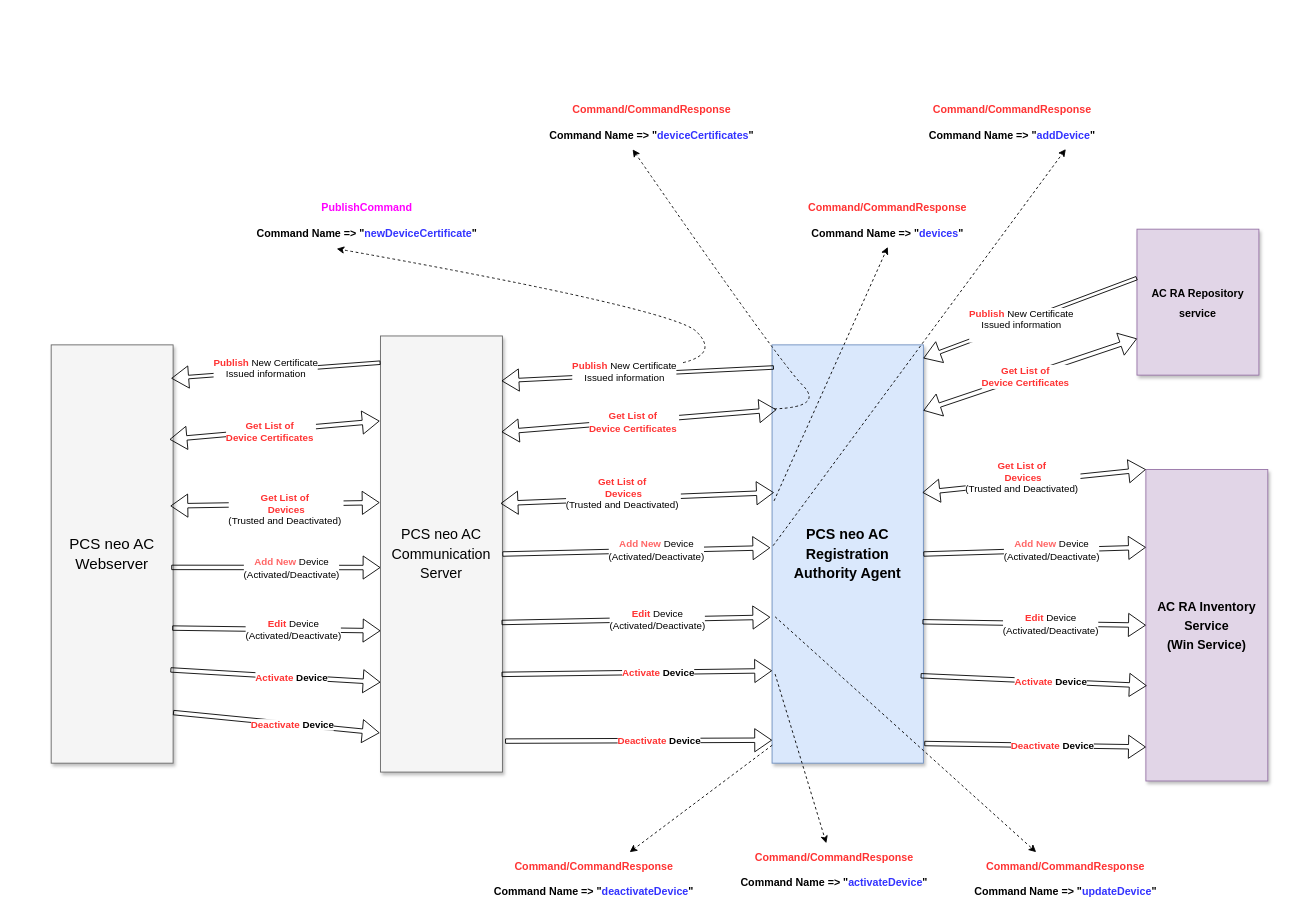
Before: PCS neo AC RA Agent.drawio in kcprad/PersonalProject, a draw.io diagram. Source tidied: cells renumbered, new cells numbered last; positions are measured from the earlier drawing's top-left corner, leaving out a move shared by most shapes. Both pictures are drawn from the tidied source at 89%, with x=0, y=0 at pixel (51, 95).
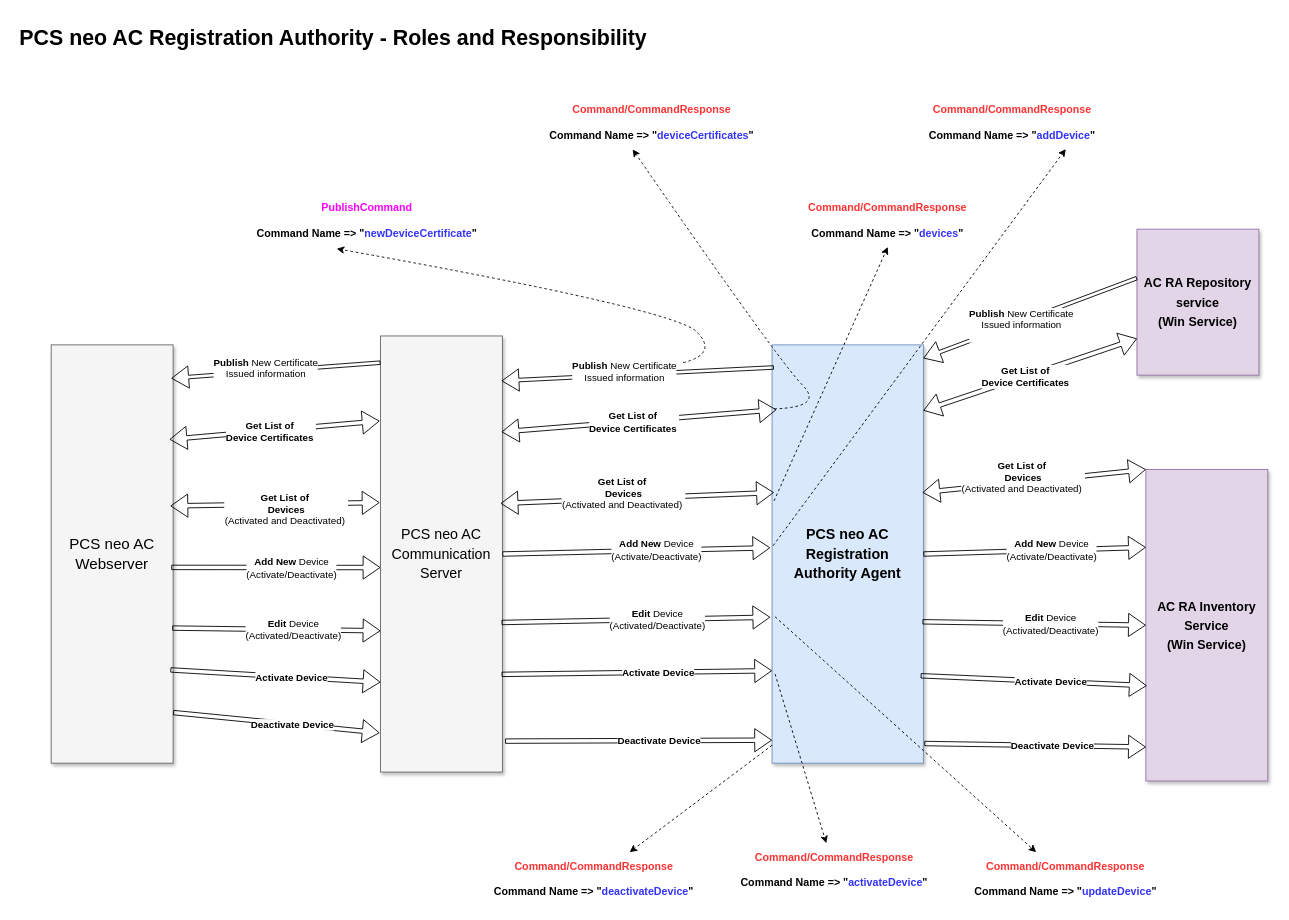
The same page after the edit.

Unchanged cells that the change refers to:
```xml
<mxCell id="7" style="shape=flexArrow;endArrow=classic;html=1;rounded=0;entryX=0.993;entryY=0.103;entryDx=0;entryDy=0;exitX=0.012;exitY=0.054;exitDx=0;exitDy=0;exitPerimeter=0;entryPerimeter=0;width=4;" parent="1" edge="1" source="2" target="3">
  <mxGeometry relative="1" as="geometry" />
</mxCell>
<mxCell id="9" style="shape=flexArrow;endArrow=classic;html=1;rounded=0;entryX=0.985;entryY=0.08;entryDx=0;entryDy=0;entryPerimeter=0;width=4;" parent="1" edge="1" target="6">
  <mxGeometry relative="1" as="geometry">
    <mxPoint x="370" y="300" as="sourcePoint" />
  </mxGeometry>
</mxCell>
<mxCell id="11" style="shape=flexArrow;endArrow=classic;html=1;rounded=0;exitX=0;exitY=0.335;exitDx=0;exitDy=0;exitPerimeter=0;width=4;entryX=1;entryY=0.032;entryDx=0;entryDy=0;entryPerimeter=0;" parent="1" edge="1" source="4" target="2">
  <mxGeometry relative="1" as="geometry" />
</mxCell>
<mxCell id="13" style="shape=flexArrow;endArrow=classic;startArrow=classic;html=1;rounded=0;exitX=1;exitY=0.157;exitDx=0;exitDy=0;exitPerimeter=0;width=5;entryX=0;entryY=0.75;entryDx=0;entryDy=0;" parent="1" edge="1" source="2" target="4">
  <mxGeometry relative="1" as="geometry" />
</mxCell>
<mxCell id="15" style="shape=flexArrow;endArrow=classic;startArrow=classic;html=1;rounded=0;exitX=0.993;exitY=0.22;exitDx=0;exitDy=0;width=5;entryX=0.029;entryY=0.155;entryDx=0;entryDy=0;entryPerimeter=0;exitPerimeter=0;" parent="1" edge="1" source="3" target="2">
  <mxGeometry relative="1" as="geometry" />
</mxCell>
<mxCell id="17" style="shape=flexArrow;endArrow=classic;startArrow=classic;html=1;rounded=0;exitX=0.971;exitY=0.226;exitDx=0;exitDy=0;width=5;entryX=-0.007;entryY=0.195;entryDx=0;entryDy=0;exitPerimeter=0;entryPerimeter=0;" parent="1" edge="1" source="6" target="3">
  <mxGeometry relative="1" as="geometry" />
</mxCell>
<mxCell id="19" style="shape=flexArrow;endArrow=classic;startArrow=classic;html=1;rounded=0;exitX=0.994;exitY=0.353;exitDx=0;exitDy=0;exitPerimeter=0;width=5;entryX=0;entryY=0;entryDx=0;entryDy=0;" parent="1" edge="1" source="2" target="5">
  <mxGeometry relative="1" as="geometry" />
</mxCell>
<mxCell id="22" style="shape=flexArrow;endArrow=classic;startArrow=classic;html=1;rounded=0;width=5;entryX=0.012;entryY=0.353;entryDx=0;entryDy=0;entryPerimeter=0;exitX=0.985;exitY=0.384;exitDx=0;exitDy=0;exitPerimeter=0;" parent="1" edge="1" source="3" target="2">
  <mxGeometry relative="1" as="geometry" />
</mxCell>
<mxCell id="25" style="shape=flexArrow;endArrow=classic;startArrow=classic;html=1;rounded=0;width=5;entryX=0.978;entryY=0.385;entryDx=0;entryDy=0;entryPerimeter=0;exitX=-0.007;exitY=0.382;exitDx=0;exitDy=0;exitPerimeter=0;" parent="1" edge="1" source="3" target="6">
  <mxGeometry relative="1" as="geometry" />
</mxCell>
<mxCell id="28" style="shape=flexArrow;endArrow=classic;html=1;rounded=0;entryX=0;entryY=0.531;entryDx=0;entryDy=0;entryPerimeter=0;exitX=0.985;exitY=0.532;exitDx=0;exitDy=0;strokeWidth=1;exitPerimeter=0;width=5;" parent="1" edge="1" source="6" target="3">
  <mxGeometry relative="1" as="geometry" />
</mxCell>
<mxCell id="30" style="shape=flexArrow;endArrow=classic;html=1;rounded=0;entryX=-0.012;entryY=0.485;entryDx=0;entryDy=0;entryPerimeter=0;strokeWidth=1;exitX=1;exitY=0.5;exitDx=0;exitDy=0;width=5;fillColor=default;" parent="1" edge="1" source="3" target="2">
  <mxGeometry relative="1" as="geometry" />
</mxCell>
<mxCell id="32" style="shape=flexArrow;endArrow=classic;html=1;rounded=0;strokeWidth=1;exitX=1;exitY=0.5;exitDx=0;exitDy=0;entryX=0;entryY=0.25;entryDx=0;entryDy=0;width=5;" parent="1" edge="1" source="2" target="5">
  <mxGeometry relative="1" as="geometry" />
</mxCell>
<mxCell id="34" style="shape=flexArrow;endArrow=classic;html=1;rounded=0;entryX=0;entryY=0.676;entryDx=0;entryDy=0;strokeWidth=1;exitX=0.993;exitY=0.677;exitDx=0;exitDy=0;exitPerimeter=0;entryPerimeter=0;width=5;" parent="1" edge="1" source="6" target="3">
  <mxGeometry relative="1" as="geometry" />
</mxCell>
<mxCell id="36" style="shape=flexArrow;endArrow=classic;html=1;rounded=0;entryX=-0.012;entryY=0.651;entryDx=0;entryDy=0;strokeWidth=1;entryPerimeter=0;exitX=0.993;exitY=0.657;exitDx=0;exitDy=0;exitPerimeter=0;width=5;" parent="1" edge="1" source="3" target="2">
  <mxGeometry relative="1" as="geometry" />
</mxCell>
<mxCell id="38" style="shape=flexArrow;endArrow=classic;html=1;rounded=0;exitX=0.994;exitY=0.662;exitDx=0;exitDy=0;strokeWidth=1;exitPerimeter=0;entryX=0;entryY=0.5;entryDx=0;entryDy=0;width=5;" parent="1" edge="1" source="2" target="5">
  <mxGeometry relative="1" as="geometry" />
</mxCell>
<mxCell id="40" style="shape=flexArrow;endArrow=classic;html=1;rounded=0;entryX=0;entryY=0.794;entryDx=0;entryDy=0;strokeWidth=1;exitX=0.978;exitY=0.777;exitDx=0;exitDy=0;exitPerimeter=0;entryPerimeter=0;width=5;" parent="1" edge="1" source="6" target="3">
  <mxGeometry relative="1" as="geometry" />
</mxCell>
<mxCell id="42" style="shape=flexArrow;endArrow=classic;html=1;rounded=0;entryX=-0.007;entryY=0.91;entryDx=0;entryDy=0;strokeWidth=1;exitX=1;exitY=0.879;exitDx=0;exitDy=0;exitPerimeter=0;entryPerimeter=0;width=5;" parent="1" edge="1" source="6" target="3">
  <mxGeometry relative="1" as="geometry" />
</mxCell>
<mxCell id="44" style="shape=flexArrow;endArrow=classic;html=1;rounded=0;entryX=0;entryY=0.779;entryDx=0;entryDy=0;strokeWidth=1;exitX=0.993;exitY=0.776;exitDx=0;exitDy=0;exitPerimeter=0;entryPerimeter=0;width=5;" parent="1" edge="1" source="3" target="2">
  <mxGeometry relative="1" as="geometry" />
</mxCell>
<mxCell id="46" style="shape=flexArrow;endArrow=classic;html=1;rounded=0;entryX=0.007;entryY=0.694;entryDx=0;entryDy=0;strokeWidth=1;exitX=0.982;exitY=0.791;exitDx=0;exitDy=0;exitPerimeter=0;entryPerimeter=0;width=5;" parent="1" edge="1" source="2" target="5">
  <mxGeometry relative="1" as="geometry" />
</mxCell>
<mxCell id="48" style="shape=flexArrow;endArrow=classic;html=1;rounded=0;entryX=0;entryY=0.945;entryDx=0;entryDy=0;strokeWidth=1;exitX=1.022;exitY=0.929;exitDx=0;exitDy=0;exitPerimeter=0;entryPerimeter=0;width=5;" parent="1" edge="1" source="3" target="2">
  <mxGeometry relative="1" as="geometry" />
</mxCell>
<mxCell id="50" style="shape=flexArrow;endArrow=classic;html=1;rounded=0;entryX=0;entryY=0.891;entryDx=0;entryDy=0;strokeWidth=1;entryPerimeter=0;exitX=1.006;exitY=0.953;exitDx=0;exitDy=0;exitPerimeter=0;width=5;" parent="1" edge="1" source="2" target="5">
  <mxGeometry relative="1" as="geometry" />
</mxCell>
```

What changed in the source:
```diff
@@
-    <mxCell id="4" value="&lt;b&gt;&lt;span style=&quot;font-size: 12px; text-wrap-mode: nowrap;&quot;&gt;AC RA Repository&lt;/span&gt;&lt;br style=&quot;padding: 0px; margin: 0px; font-size: 12px; text-wrap-mode: nowrap;&quot;&gt;&lt;span style=&quot;font-size: 12px; text-wrap-mode: nowrap;&quot;&gt;service&lt;/span&gt;&lt;/b&gt;" style="whiteSpace=wrap;html=1;shadow=1;fontSize=18;fillColor=#e1d5e7;strokeColor=#9673a6;" parent="1" vertex="1">
+    <mxCell id="4" value="&lt;b&gt;&lt;font style=&quot;font-size: 14px;&quot;&gt;&lt;span style=&quot;text-wrap-mode: nowrap;&quot;&gt;AC RA Repository&lt;/span&gt;&lt;br style=&quot;padding: 0px; margin: 0px; text-wrap-mode: nowrap;&quot;&gt;&lt;span style=&quot;text-wrap-mode: nowrap;&quot;&gt;service&lt;/span&gt;&lt;/font&gt;&lt;/b&gt;&lt;div&gt;&lt;b style=&quot;font-size: 14px;&quot;&gt;(Win Service)&lt;/b&gt;&lt;b&gt;&lt;font style=&quot;font-size: 14px;&quot;&gt;&lt;span style=&quot;text-wrap-mode: nowrap;&quot;&gt;&lt;/span&gt;&lt;/font&gt;&lt;/b&gt;&lt;/div&gt;" style="whiteSpace=wrap;html=1;shadow=1;fontSize=18;fillColor=#e1d5e7;strokeColor=#9673a6;" parent="1" vertex="1">
       <mxGeometry x="1220" y="150" width="137" height="164" as="geometry" />
     </mxCell>
@@
-    <mxCell id="8" value="&lt;div&gt;&lt;div&gt;&lt;b&gt;&lt;font style=&quot;color: rgb(255, 51, 51);&quot;&gt;Publish&amp;nbsp;&lt;/font&gt;&lt;/b&gt;New Certificate&lt;div&gt;Issued information&lt;br&gt;&lt;div&gt;&lt;br&gt;&lt;/div&gt;&lt;/div&gt;&lt;/div&gt;&lt;/div&gt;" style="edgeLabel;html=1;align=center;verticalAlign=middle;" parent="7" vertex="1">
+    <mxCell id="8" value="&lt;div&gt;&lt;div&gt;&lt;b&gt;&lt;font style=&quot;&quot;&gt;Publish&amp;nbsp;&lt;/font&gt;&lt;/b&gt;New Certificate&lt;div&gt;Issued information&lt;br&gt;&lt;div&gt;&lt;br&gt;&lt;/div&gt;&lt;/div&gt;&lt;/div&gt;&lt;/div&gt;" style="edgeLabel;html=1;align=center;verticalAlign=middle;fontColor=#000000;" parent="7" vertex="1">
       <mxGeometry x="0.1" y="3" relative="1" as="geometry" />
     </mxCell>
@@
-    <mxCell id="10" value="&lt;b&gt;&lt;font style=&quot;color: rgb(255, 51, 51);&quot;&gt;Publish &lt;/font&gt;&lt;/b&gt;New Certificate&lt;div&gt;Issued information&lt;br&gt;&lt;div&gt;&lt;br&gt;&lt;/div&gt;&lt;/div&gt;" style="edgeLabel;html=1;align=center;verticalAlign=middle;" parent="9" vertex="1">
+    <mxCell id="10" value="&lt;b&gt;&lt;font style=&quot;&quot;&gt;Publish &lt;/font&gt;&lt;/b&gt;New Certificate&lt;div&gt;Issued information&lt;br&gt;&lt;div&gt;&lt;br&gt;&lt;/div&gt;&lt;/div&gt;" style="edgeLabel;html=1;align=center;verticalAlign=middle;fontColor=#000000;" parent="9" vertex="1">
       <mxGeometry x="0.1" y="3" relative="1" as="geometry" />
     </mxCell>
@@
-    <mxCell id="12" value="&lt;div&gt;&lt;div&gt;&lt;b&gt;&lt;font style=&quot;color: rgb(255, 51, 51);&quot;&gt;Publish&amp;nbsp;&lt;/font&gt;&lt;/b&gt;New Certificate&lt;div&gt;Issued information&lt;br&gt;&lt;div&gt;&lt;br&gt;&lt;/div&gt;&lt;/div&gt;&lt;/div&gt;&lt;/div&gt;" style="edgeLabel;html=1;align=center;verticalAlign=middle;" parent="11" vertex="1">
+    <mxCell id="12" value="&lt;div&gt;&lt;div&gt;&lt;b&gt;&lt;font style=&quot;&quot;&gt;Publish&amp;nbsp;&lt;/font&gt;&lt;/b&gt;New Certificate&lt;div&gt;Issued information&lt;br&gt;&lt;div&gt;&lt;br&gt;&lt;/div&gt;&lt;/div&gt;&lt;/div&gt;&lt;/div&gt;" style="edgeLabel;html=1;align=center;verticalAlign=middle;fontColor=#000000;" parent="11" vertex="1">
       <mxGeometry x="0.1" y="3" relative="1" as="geometry" />
     </mxCell>
@@
-    <mxCell id="14" value="&lt;b&gt;&lt;font style=&quot;color: rgb(255, 51, 51);&quot;&gt;Get List of&amp;nbsp;&lt;/font&gt;&lt;/b&gt;&lt;div&gt;&lt;b&gt;&lt;font style=&quot;color: rgb(255, 51, 51);&quot;&gt;Device Certificates&amp;nbsp;&lt;/font&gt;&lt;/b&gt;&lt;/div&gt;" style="edgeLabel;html=1;align=center;verticalAlign=middle;" parent="13" vertex="1">
+    <mxCell id="14" value="&lt;b&gt;&lt;font style=&quot;&quot;&gt;Get List of&amp;nbsp;&lt;/font&gt;&lt;/b&gt;&lt;div&gt;&lt;b&gt;&lt;font style=&quot;&quot;&gt;Device Certificates&amp;nbsp;&lt;/font&gt;&lt;/b&gt;&lt;/div&gt;" style="edgeLabel;html=1;align=center;verticalAlign=middle;fontColor=#000000;" parent="13" vertex="1">
       <mxGeometry x="-0.04" y="-1" relative="1" as="geometry" />
     </mxCell>
@@
-    <mxCell id="16" value="&lt;b&gt;&lt;font style=&quot;color: rgb(255, 51, 51);&quot;&gt;Get List of&amp;nbsp;&lt;/font&gt;&lt;/b&gt;&lt;div&gt;&lt;b&gt;&lt;font style=&quot;color: rgb(255, 51, 51);&quot;&gt;Device Certificates&amp;nbsp;&lt;/font&gt;&lt;/b&gt;&lt;/div&gt;" style="edgeLabel;html=1;align=center;verticalAlign=middle;" parent="15" vertex="1">
+    <mxCell id="16" value="&lt;b&gt;&lt;font style=&quot;&quot;&gt;Get List of&amp;nbsp;&lt;/font&gt;&lt;/b&gt;&lt;div&gt;&lt;b&gt;&lt;font style=&quot;&quot;&gt;Device Certificates&amp;nbsp;&lt;/font&gt;&lt;/b&gt;&lt;/div&gt;" style="edgeLabel;html=1;align=center;verticalAlign=middle;fontColor=#000000;" parent="15" vertex="1">
       <mxGeometry x="-0.04" y="-1" relative="1" as="geometry" />
     </mxCell>
@@
-    <mxCell id="18" value="&lt;b&gt;&lt;font style=&quot;color: rgb(255, 51, 51);&quot;&gt;Get List of&amp;nbsp;&lt;/font&gt;&lt;/b&gt;&lt;div&gt;&lt;b&gt;&lt;font style=&quot;color: rgb(255, 51, 51);&quot;&gt;Device Certificates&amp;nbsp;&lt;/font&gt;&lt;/b&gt;&lt;/div&gt;" style="edgeLabel;html=1;align=center;verticalAlign=middle;" parent="17" vertex="1">
+    <mxCell id="18" value="&lt;b&gt;&lt;font style=&quot;&quot;&gt;Get List of&amp;nbsp;&lt;/font&gt;&lt;/b&gt;&lt;div&gt;&lt;b&gt;&lt;font style=&quot;&quot;&gt;Device Certificates&amp;nbsp;&lt;/font&gt;&lt;/b&gt;&lt;/div&gt;" style="edgeLabel;html=1;align=center;verticalAlign=middle;fontColor=#000000;" parent="17" vertex="1">
       <mxGeometry x="-0.04" y="-1" relative="1" as="geometry" />
     </mxCell>
@@
-    <mxCell id="21" value="&lt;b&gt;&lt;font style=&quot;color: rgb(255, 51, 51);&quot;&gt;Get List of&amp;nbsp;&lt;/font&gt;&lt;/b&gt;&lt;div&gt;&lt;b&gt;&lt;font style=&quot;color: rgb(255, 51, 51);&quot;&gt;Devices&lt;/font&gt;&lt;/b&gt;&lt;/div&gt;&lt;div&gt;(Trusted and Deactivated)&amp;nbsp;&lt;/div&gt;" style="edgeLabel;html=1;align=center;verticalAlign=middle;" parent="19" vertex="1">
+    <mxCell id="21" value="&lt;b&gt;&lt;font style=&quot;&quot;&gt;Get List of&amp;nbsp;&lt;/font&gt;&lt;/b&gt;&lt;div&gt;&lt;b&gt;&lt;font style=&quot;&quot;&gt;Devices&lt;/font&gt;&lt;/b&gt;&lt;/div&gt;&lt;div&gt;(Activated&amp;nbsp;and Deactivated)&amp;nbsp;&lt;/div&gt;" style="edgeLabel;html=1;align=center;verticalAlign=middle;fontColor=#000000;" parent="19" vertex="1">
       <mxGeometry x="-0.1" y="6" relative="1" as="geometry" />
     </mxCell>
@@
-    <mxCell id="24" value="&lt;b&gt;&lt;font style=&quot;color: rgb(255, 51, 51);&quot;&gt;Get List of&amp;nbsp;&lt;/font&gt;&lt;/b&gt;&lt;div&gt;&lt;b&gt;&lt;font style=&quot;color: rgb(255, 51, 51);&quot;&gt;Devices&lt;/font&gt;&lt;/b&gt;&lt;/div&gt;&lt;div&gt;(Trusted and Deactivated)&amp;nbsp;&lt;/div&gt;" style="edgeLabel;html=1;align=center;verticalAlign=middle;" parent="22" vertex="1">
+    <mxCell id="24" value="&lt;b&gt;&lt;font style=&quot;&quot;&gt;Get List of&amp;nbsp;&lt;/font&gt;&lt;/b&gt;&lt;div&gt;&lt;b&gt;&lt;font style=&quot;&quot;&gt;Devices&lt;/font&gt;&lt;/b&gt;&lt;/div&gt;&lt;div&gt;(Activated and Deactivated)&amp;nbsp;&lt;/div&gt;" style="edgeLabel;html=1;align=center;verticalAlign=middle;fontColor=#000000;" parent="22" vertex="1">
       <mxGeometry x="-0.1" y="6" relative="1" as="geometry" />
     </mxCell>
@@
-    <mxCell id="27" value="&lt;b&gt;&lt;font style=&quot;color: rgb(255, 51, 51);&quot;&gt;Get List of&amp;nbsp;&lt;/font&gt;&lt;/b&gt;&lt;div&gt;&lt;b&gt;&lt;font style=&quot;color: rgb(255, 51, 51);&quot;&gt;Devices&lt;/font&gt;&lt;/b&gt;&lt;/div&gt;&lt;div&gt;(Trusted and Deactivated)&amp;nbsp;&lt;/div&gt;" style="edgeLabel;html=1;align=center;verticalAlign=middle;" parent="25" vertex="1">
+    <mxCell id="27" value="&lt;b&gt;&lt;font style=&quot;&quot;&gt;Get List of&amp;nbsp;&lt;/font&gt;&lt;/b&gt;&lt;div&gt;&lt;b&gt;&lt;font style=&quot;&quot;&gt;Devices&lt;/font&gt;&lt;/b&gt;&lt;/div&gt;&lt;div&gt;(Activated&amp;nbsp;and Deactivated)&amp;nbsp;&lt;/div&gt;" style="edgeLabel;html=1;align=center;verticalAlign=middle;fontColor=#000000;" parent="25" vertex="1">
       <mxGeometry x="-0.1" y="6" relative="1" as="geometry" />
     </mxCell>
@@
-    <mxCell id="29" value="&lt;b&gt;&lt;font style=&quot;color: rgb(255, 102, 102);&quot;&gt;Add New&lt;/font&gt;&lt;/b&gt; Device&lt;div&gt;(Activated/Deactivate)&lt;/div&gt;" style="edgeLabel;html=1;align=center;verticalAlign=middle;" parent="28" vertex="1">
+    <mxCell id="29" value="&lt;b&gt;&lt;font style=&quot;&quot;&gt;Add New&lt;/font&gt;&lt;/b&gt; Device&lt;div&gt;(Activate/Deactivate)&lt;/div&gt;" style="edgeLabel;html=1;align=center;verticalAlign=middle;fontColor=#000000;" parent="28" vertex="1">
       <mxGeometry x="0.15" relative="1" as="geometry" />
     </mxCell>
@@
-    <mxCell id="31" value="&lt;b&gt;&lt;font style=&quot;color: rgb(255, 102, 102);&quot;&gt;Add New&lt;/font&gt;&lt;/b&gt;&amp;nbsp;Device&lt;div&gt;(Activated/Deactivate)&lt;/div&gt;" style="edgeLabel;html=1;align=center;verticalAlign=middle;" parent="30" vertex="1">
+    <mxCell id="31" value="&lt;b&gt;&lt;font style=&quot;&quot;&gt;Add New&lt;/font&gt;&lt;/b&gt;&amp;nbsp;Device&lt;div&gt;(Activate/Deactivate)&lt;/div&gt;" style="edgeLabel;html=1;align=center;verticalAlign=middle;fontColor=#000000;" parent="30" vertex="1">
       <mxGeometry x="0.15" relative="1" as="geometry" />
     </mxCell>
@@
-    <mxCell id="33" value="&lt;b&gt;&lt;font style=&quot;color: rgb(255, 102, 102);&quot;&gt;Add New&lt;/font&gt;&lt;/b&gt;&amp;nbsp;Device&lt;div&gt;(Activated/Deactivate)&lt;/div&gt;" style="edgeLabel;html=1;align=center;verticalAlign=middle;" parent="32" vertex="1">
+    <mxCell id="33" value="&lt;b&gt;&lt;font style=&quot;&quot;&gt;Add New&lt;/font&gt;&lt;/b&gt;&amp;nbsp;Device&lt;div&gt;(Activate/Deactivate)&lt;/div&gt;" style="edgeLabel;html=1;align=center;verticalAlign=middle;fontColor=#000000;" parent="32" vertex="1">
       <mxGeometry x="0.15" relative="1" as="geometry" />
     </mxCell>
@@
-    <mxCell id="35" value="&lt;b&gt;&lt;font style=&quot;color: rgb(255, 51, 51);&quot;&gt;Edit &lt;/font&gt;&lt;/b&gt;Device&lt;div&gt;(Activated/Deactivate)&lt;/div&gt;" style="edgeLabel;html=1;align=center;verticalAlign=middle;" parent="34" vertex="1">
+    <mxCell id="35" value="&lt;b&gt;&lt;font style=&quot;&quot;&gt;Edit &lt;/font&gt;&lt;/b&gt;Device&lt;div&gt;(Activated/Deactivate)&lt;/div&gt;" style="edgeLabel;html=1;align=center;verticalAlign=middle;fontColor=#000000;" parent="34" vertex="1">
       <mxGeometry x="0.15" relative="1" as="geometry" />
     </mxCell>
@@
-    <mxCell id="37" value="&lt;b&gt;&lt;font style=&quot;color: rgb(255, 51, 51);&quot;&gt;Edit &lt;/font&gt;&lt;/b&gt;Device&lt;div&gt;(Activated/Deactivate)&lt;/div&gt;" style="edgeLabel;html=1;align=center;verticalAlign=middle;" parent="36" vertex="1">
+    <mxCell id="37" value="&lt;b&gt;&lt;font style=&quot;&quot;&gt;Edit &lt;/font&gt;&lt;/b&gt;Device&lt;div&gt;(Activated/Deactivate)&lt;/div&gt;" style="edgeLabel;html=1;align=center;verticalAlign=middle;fontColor=#000000;" parent="36" vertex="1">
       <mxGeometry x="0.15" relative="1" as="geometry" />
     </mxCell>
@@
-    <mxCell id="39" value="&lt;b&gt;&lt;font style=&quot;color: rgb(255, 51, 51);&quot;&gt;Edit &lt;/font&gt;&lt;/b&gt;Device&lt;div&gt;(Activated/Deactivate)&lt;/div&gt;" style="edgeLabel;html=1;align=center;verticalAlign=middle;" parent="38" vertex="1">
+    <mxCell id="39" value="&lt;b&gt;&lt;font style=&quot;&quot;&gt;Edit &lt;/font&gt;&lt;/b&gt;Device&lt;div&gt;(Activated/Deactivate)&lt;/div&gt;" style="edgeLabel;html=1;align=center;verticalAlign=middle;fontColor=#000000;" parent="38" vertex="1">
       <mxGeometry x="0.15" relative="1" as="geometry" />
     </mxCell>
@@
-    <mxCell id="41" value="&lt;font&gt;&lt;b style=&quot;&quot;&gt;&lt;font style=&quot;color: rgb(255, 51, 51);&quot;&gt;Activate &lt;/font&gt;&lt;font style=&quot;color: rgb(0, 0, 0);&quot;&gt;Device&lt;/font&gt;&lt;/b&gt;&lt;/font&gt;" style="edgeLabel;html=1;align=center;verticalAlign=middle;" parent="40" vertex="1">
+    <mxCell id="41" value="&lt;font&gt;&lt;b style=&quot;&quot;&gt;&lt;font style=&quot;&quot;&gt;Activate &lt;/font&gt;&lt;font style=&quot;&quot;&gt;Device&lt;/font&gt;&lt;/b&gt;&lt;/font&gt;" style="edgeLabel;html=1;align=center;verticalAlign=middle;fontColor=#000000;" parent="40" vertex="1">
       <mxGeometry x="0.15" relative="1" as="geometry" />
     </mxCell>
@@
-    <mxCell id="43" value="&lt;font&gt;&lt;b style=&quot;&quot;&gt;&lt;font style=&quot;color: rgb(255, 51, 51);&quot;&gt;Deactivate &lt;/font&gt;&lt;font style=&quot;color: rgb(0, 0, 0);&quot;&gt;Device&lt;/font&gt;&lt;/b&gt;&lt;/font&gt;" style="edgeLabel;html=1;align=center;verticalAlign=middle;" parent="42" vertex="1">
+    <mxCell id="43" value="&lt;font&gt;&lt;b style=&quot;&quot;&gt;&lt;font style=&quot;&quot;&gt;Deactivate &lt;/font&gt;&lt;font style=&quot;&quot;&gt;Device&lt;/font&gt;&lt;/b&gt;&lt;/font&gt;" style="edgeLabel;html=1;align=center;verticalAlign=middle;fontColor=#000000;" parent="42" vertex="1">
       <mxGeometry x="0.15" relative="1" as="geometry" />
     </mxCell>
@@
-    <mxCell id="45" value="&lt;font&gt;&lt;b style=&quot;&quot;&gt;&lt;font style=&quot;color: rgb(255, 51, 51);&quot;&gt;Activate &lt;/font&gt;&lt;font style=&quot;color: rgb(0, 0, 0);&quot;&gt;Device&lt;/font&gt;&lt;/b&gt;&lt;/font&gt;" style="edgeLabel;html=1;align=center;verticalAlign=middle;" parent="44" vertex="1">
+    <mxCell id="45" value="&lt;font&gt;&lt;b style=&quot;&quot;&gt;&lt;font style=&quot;&quot;&gt;Activate &lt;/font&gt;&lt;font style=&quot;&quot;&gt;Device&lt;/font&gt;&lt;/b&gt;&lt;/font&gt;" style="edgeLabel;html=1;align=center;verticalAlign=middle;fontColor=#000000;" parent="44" vertex="1">
       <mxGeometry x="0.15" relative="1" as="geometry" />
     </mxCell>
@@
-    <mxCell id="47" value="&lt;font&gt;&lt;b style=&quot;&quot;&gt;&lt;font style=&quot;color: rgb(255, 51, 51);&quot;&gt;Activate &lt;/font&gt;&lt;font style=&quot;color: rgb(0, 0, 0);&quot;&gt;Device&lt;/font&gt;&lt;/b&gt;&lt;/font&gt;" style="edgeLabel;html=1;align=center;verticalAlign=middle;" parent="46" vertex="1">
+    <mxCell id="47" value="&lt;font&gt;&lt;b style=&quot;&quot;&gt;&lt;font style=&quot;&quot;&gt;Activate &lt;/font&gt;&lt;font style=&quot;&quot;&gt;Device&lt;/font&gt;&lt;/b&gt;&lt;/font&gt;" style="edgeLabel;html=1;align=center;verticalAlign=middle;fontColor=#000000;" parent="46" vertex="1">
       <mxGeometry x="0.15" relative="1" as="geometry" />
     </mxCell>
@@
-    <mxCell id="49" value="&lt;font&gt;&lt;b style=&quot;&quot;&gt;&lt;font style=&quot;color: rgb(255, 51, 51);&quot;&gt;Deactivate &lt;/font&gt;&lt;font style=&quot;color: rgb(0, 0, 0);&quot;&gt;Device&lt;/font&gt;&lt;/b&gt;&lt;/font&gt;" style="edgeLabel;html=1;align=center;verticalAlign=middle;" parent="48" vertex="1">
+    <mxCell id="49" value="&lt;font&gt;&lt;b style=&quot;&quot;&gt;&lt;font style=&quot;&quot;&gt;Deactivate &lt;/font&gt;&lt;font style=&quot;&quot;&gt;Device&lt;/font&gt;&lt;/b&gt;&lt;/font&gt;" style="edgeLabel;html=1;align=center;verticalAlign=middle;fontColor=#000000;" parent="48" vertex="1">
       <mxGeometry x="0.15" relative="1" as="geometry" />
     </mxCell>
@@
-    <mxCell id="51" value="&lt;font&gt;&lt;b style=&quot;&quot;&gt;&lt;font style=&quot;color: rgb(255, 51, 51);&quot;&gt;Deactivate &lt;/font&gt;&lt;font style=&quot;color: rgb(0, 0, 0);&quot;&gt;Device&lt;/font&gt;&lt;/b&gt;&lt;/font&gt;" style="edgeLabel;html=1;align=center;verticalAlign=middle;" parent="50" vertex="1">
+    <mxCell id="51" value="&lt;font&gt;&lt;b style=&quot;&quot;&gt;&lt;font style=&quot;&quot;&gt;Deactivate &lt;/font&gt;&lt;font style=&quot;&quot;&gt;Device&lt;/font&gt;&lt;/b&gt;&lt;/font&gt;" style="edgeLabel;html=1;align=center;verticalAlign=middle;fontColor=#000000;" parent="50" vertex="1">
       <mxGeometry x="0.15" relative="1" as="geometry" />
     </mxCell>
@@
+    <mxCell id="66" value="PCS neo AC Registration Authority - Roles and Responsibility&amp;nbsp;" style="text;strokeColor=none;fillColor=none;html=1;fontSize=24;fontStyle=1;verticalAlign=middle;align=center;" parent="1" vertex="1">
+      <mxGeometry x="-40" y="-90" width="720" height="51" as="geometry" />
+    </mxCell>
```
